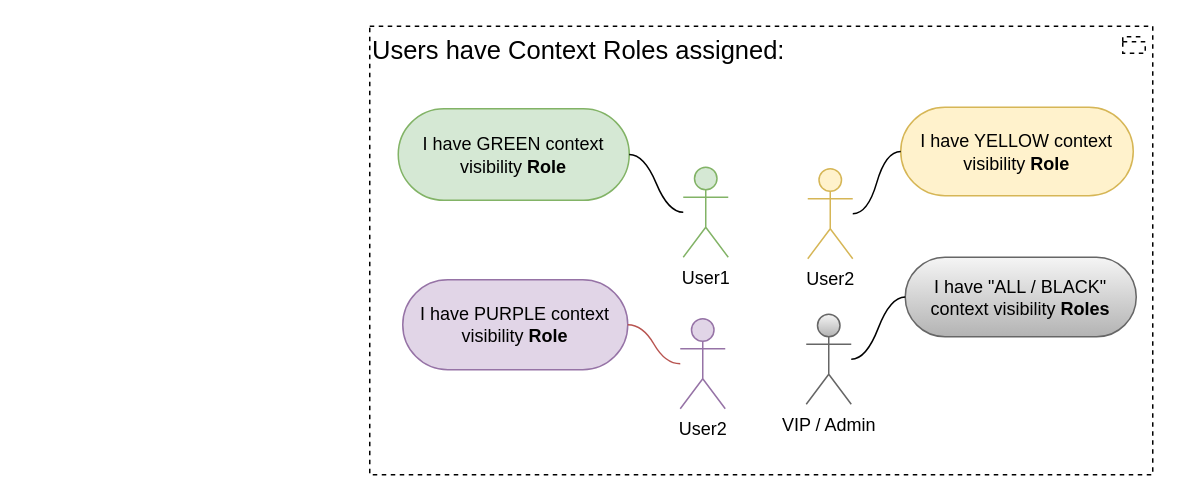
Before: page "users" (5 of 20) of Sar.drawio in algimas/tmp, a draw.io diagram. Source tidied: cells renumbered, new cells numbered last; positions are measured from the earlier drawing's top-left corner, leaving out a move shared by most shapes. Both pictures are drawn from the tidied source at 150%, with x=0, y=0 at pixel (369, 26).
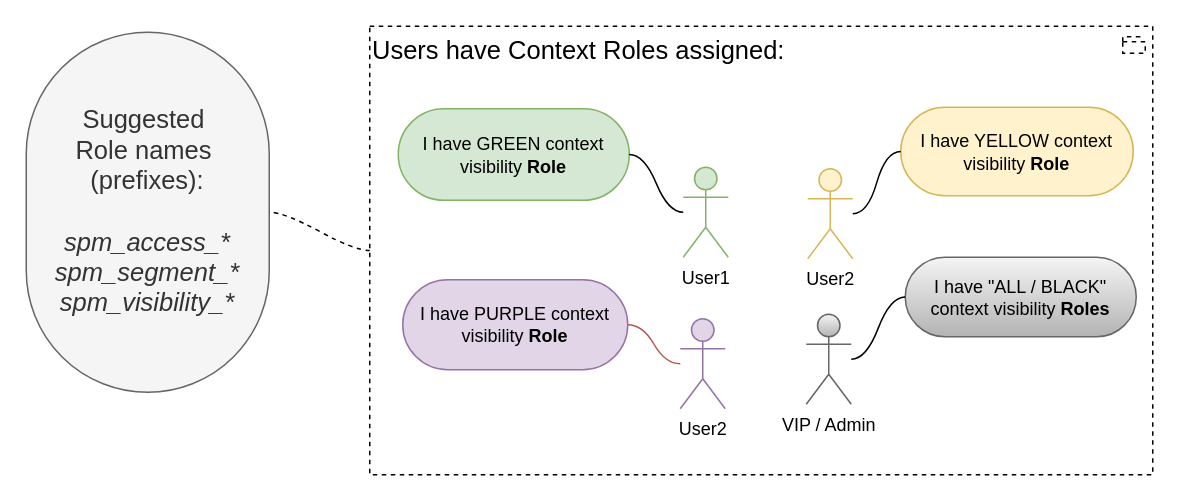
Above is the later version.

The edit, as a diff of the source:
```diff
@@
 <mxGraphModel>
   <root>
     <mxCell id="0" />
     <mxCell id="1" parent="0" />
     <mxCell id="2" value="Users&amp;nbsp;have Context Roles assigned:" style="html=1;outlineConnect=0;whiteSpace=wrap;shape=mxgraph.archimate3.application;appType=grouping;archiType=square;dashed=1;fillColor=none;verticalAlign=top;align=left;fontSize=17;" parent="1" vertex="1">
       <mxGeometry width="522" height="299" as="geometry" />
     </mxCell>
     <mxCell id="3" value="User1" style="shape=umlActor;verticalLabelPosition=bottom;verticalAlign=top;html=1;outlineConnect=0;fillColor=#d5e8d4;strokeColor=#82b366;" parent="1" vertex="1">
       <mxGeometry x="209" y="94" width="30" height="60" as="geometry" />
     </mxCell>
     <mxCell id="4" value="User2" style="shape=umlActor;verticalLabelPosition=bottom;verticalAlign=top;html=1;outlineConnect=0;fillColor=#fff2cc;strokeColor=#d6b656;" parent="1" vertex="1">
       <mxGeometry x="292" y="95" width="30" height="60" as="geometry" />
     </mxCell>
     <mxCell id="5" value="I have YELLOW context visibility &lt;b&gt;Role&lt;/b&gt;" style="whiteSpace=wrap;html=1;rounded=1;arcSize=50;align=center;verticalAlign=middle;strokeWidth=1;spacing=4;newEdgeStyle={&quot;edgeStyle&quot;:&quot;entityRelationEdgeStyle&quot;,&quot;startArrow&quot;:&quot;none&quot;,&quot;endArrow&quot;:&quot;none&quot;,&quot;segment&quot;:10,&quot;curved&quot;:1,&quot;sourcePerimeterSpacing&quot;:0,&quot;targetPerimeterSpacing&quot;:0};fillColor=#fff2cc;strokeColor=#d6b656;" parent="1" vertex="1">
       <mxGeometry x="354" y="54" width="155" height="59" as="geometry" />
     </mxCell>
     <mxCell id="6" style="edgeStyle=entityRelationEdgeStyle;startArrow=none;endArrow=none;segment=10;curved=1;sourcePerimeterSpacing=0;targetPerimeterSpacing=0;rounded=0;" parent="1" edge="1" source="4" target="5">
       <mxGeometry relative="1" as="geometry" />
     </mxCell>
     <mxCell id="7" value="I have GREEN context visibility &lt;b&gt;Role&lt;/b&gt;" style="whiteSpace=wrap;html=1;rounded=1;arcSize=50;align=center;verticalAlign=middle;strokeWidth=1;spacing=4;newEdgeStyle={&quot;edgeStyle&quot;:&quot;entityRelationEdgeStyle&quot;,&quot;startArrow&quot;:&quot;none&quot;,&quot;endArrow&quot;:&quot;none&quot;,&quot;segment&quot;:10,&quot;curved&quot;:1,&quot;sourcePerimeterSpacing&quot;:0,&quot;targetPerimeterSpacing&quot;:0};fillColor=#d5e8d4;strokeColor=#82b366;" parent="1" vertex="1">
       <mxGeometry x="19" y="55" width="154" height="61" as="geometry" />
     </mxCell>
     <mxCell id="8" style="edgeStyle=entityRelationEdgeStyle;startArrow=none;endArrow=none;segment=10;curved=1;sourcePerimeterSpacing=0;targetPerimeterSpacing=0;rounded=0;" parent="1" edge="1" source="3" target="7">
       <mxGeometry relative="1" as="geometry" />
     </mxCell>
     <mxCell id="9" value="VIP / Admin" style="shape=umlActor;verticalLabelPosition=bottom;verticalAlign=top;html=1;outlineConnect=0;fillColor=#f5f5f5;strokeColor=#666666;gradientColor=#b3b3b3;" parent="1" vertex="1">
       <mxGeometry x="291" y="192" width="30" height="60" as="geometry" />
     </mxCell>
     <mxCell id="10" value="I have &quot;ALL / BLACK&quot; context visibility &lt;b&gt;Roles&lt;/b&gt;" style="whiteSpace=wrap;html=1;rounded=1;arcSize=50;align=center;verticalAlign=middle;strokeWidth=1;spacing=4;newEdgeStyle={&quot;edgeStyle&quot;:&quot;entityRelationEdgeStyle&quot;,&quot;startArrow&quot;:&quot;none&quot;,&quot;endArrow&quot;:&quot;none&quot;,&quot;segment&quot;:10,&quot;curved&quot;:1,&quot;sourcePerimeterSpacing&quot;:0,&quot;targetPerimeterSpacing&quot;:0};fillColor=#f5f5f5;strokeColor=#666666;gradientColor=#b3b3b3;" parent="1" vertex="1">
       <mxGeometry x="357" y="154" width="154" height="53" as="geometry" />
     </mxCell>
     <mxCell id="11" style="edgeStyle=entityRelationEdgeStyle;startArrow=none;endArrow=none;segment=10;curved=1;sourcePerimeterSpacing=0;targetPerimeterSpacing=0;rounded=0;" parent="1" edge="1" source="9" target="10">
       <mxGeometry relative="1" as="geometry" />
     </mxCell>
     <mxCell id="12" value="User2" style="shape=umlActor;verticalLabelPosition=bottom;verticalAlign=top;html=1;outlineConnect=0;fillColor=#e1d5e7;strokeColor=#9673a6;" parent="1" vertex="1">
       <mxGeometry x="207" y="195" width="30" height="60" as="geometry" />
     </mxCell>
     <mxCell id="13" value="I have PURPLE context visibility &lt;b&gt;Role&lt;/b&gt;" style="whiteSpace=wrap;html=1;rounded=1;arcSize=50;align=center;verticalAlign=middle;strokeWidth=1;spacing=4;newEdgeStyle={&quot;edgeStyle&quot;:&quot;entityRelationEdgeStyle&quot;,&quot;startArrow&quot;:&quot;none&quot;,&quot;endArrow&quot;:&quot;none&quot;,&quot;segment&quot;:10,&quot;curved&quot;:1,&quot;sourcePerimeterSpacing&quot;:0,&quot;targetPerimeterSpacing&quot;:0};fillColor=#e1d5e7;strokeColor=#9673a6;" parent="1" vertex="1">
       <mxGeometry x="22" y="169" width="150" height="60" as="geometry" />
     </mxCell>
     <mxCell id="14" style="edgeStyle=entityRelationEdgeStyle;startArrow=none;endArrow=none;segment=10;curved=1;sourcePerimeterSpacing=0;targetPerimeterSpacing=0;rounded=0;fillColor=#f8cecc;strokeColor=#b85450;" parent="1" edge="1" source="12" target="13">
       <mxGeometry relative="1" as="geometry" />
     </mxCell>
+    <mxCell id="15" value="&lt;div&gt;&lt;br&gt;&lt;/div&gt;&lt;div&gt;&lt;br&gt;&lt;/div&gt;&lt;div&gt;Suggested&amp;nbsp;&lt;/div&gt;&lt;div&gt;Role names&amp;nbsp;&lt;/div&gt;&lt;div&gt;(prefixes):&lt;/div&gt;&lt;div&gt;&lt;br&gt;&lt;/div&gt;&lt;div&gt;&lt;i&gt;spm_access_*&lt;/i&gt;&lt;/div&gt;&lt;div&gt;&lt;i&gt;spm_segment_*&lt;/i&gt;&lt;/div&gt;&lt;div&gt;&lt;i&gt;spm_visibility_*&lt;/i&gt;&lt;/div&gt;&lt;div&gt;&lt;br&gt;&lt;/div&gt;&lt;div&gt;&lt;br&gt;&lt;/div&gt;" style="whiteSpace=wrap;html=1;rounded=1;arcSize=50;align=center;verticalAlign=middle;strokeWidth=1;spacing=4;newEdgeStyle={&quot;edgeStyle&quot;:&quot;entityRelationEdgeStyle&quot;,&quot;startArrow&quot;:&quot;none&quot;,&quot;endArrow&quot;:&quot;none&quot;,&quot;segment&quot;:10,&quot;curved&quot;:1,&quot;sourcePerimeterSpacing&quot;:0,&quot;targetPerimeterSpacing&quot;:0};fillColor=#f5f5f5;strokeColor=#666666;fontColor=#333333;fontSize=17;" parent="1" vertex="1">
+      <mxGeometry x="-229" y="4" width="162" height="240" as="geometry" />
+    </mxCell>
+    <mxCell id="16" style="edgeStyle=entityRelationEdgeStyle;startArrow=none;endArrow=none;segment=10;curved=1;sourcePerimeterSpacing=0;targetPerimeterSpacing=0;rounded=0;labelBackgroundColor=default;dashed=1;" parent="1" edge="1" source="2" target="15">
+      <mxGeometry relative="1" as="geometry" />
+    </mxCell>
   </root>
 </mxGraphModel>
```
